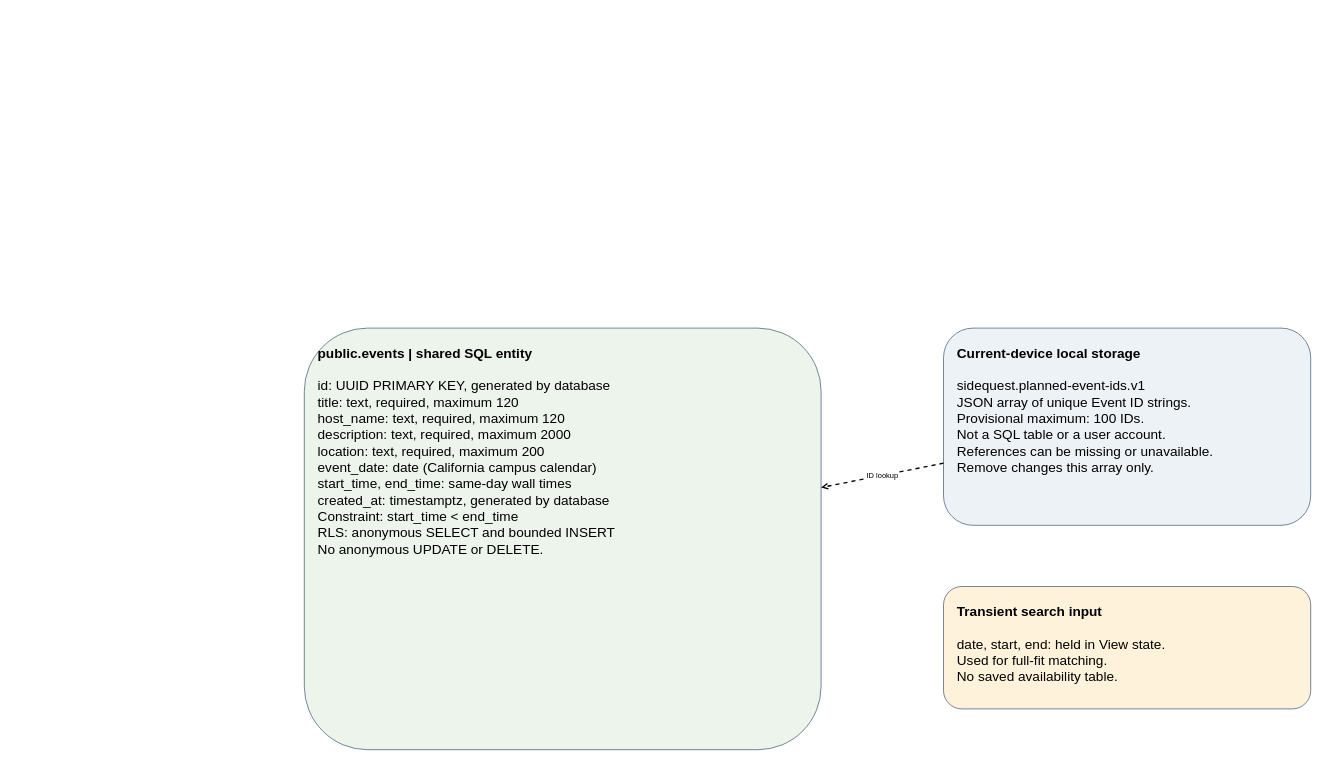
Earlier version of the draw.io diagram docs/diagrams/M2_STORAGE_ER.drawio (haiiroWednesday/SideQuest-CSCI187). Source tidied: cells renumbered, new cells numbered last; positions are measured from the earlier drawing's top-left corner, leaving out a move shared by most shapes. Both pictures are drawn from the tidied source at 68%, with x=0, y=0 at pixel (304, 328).
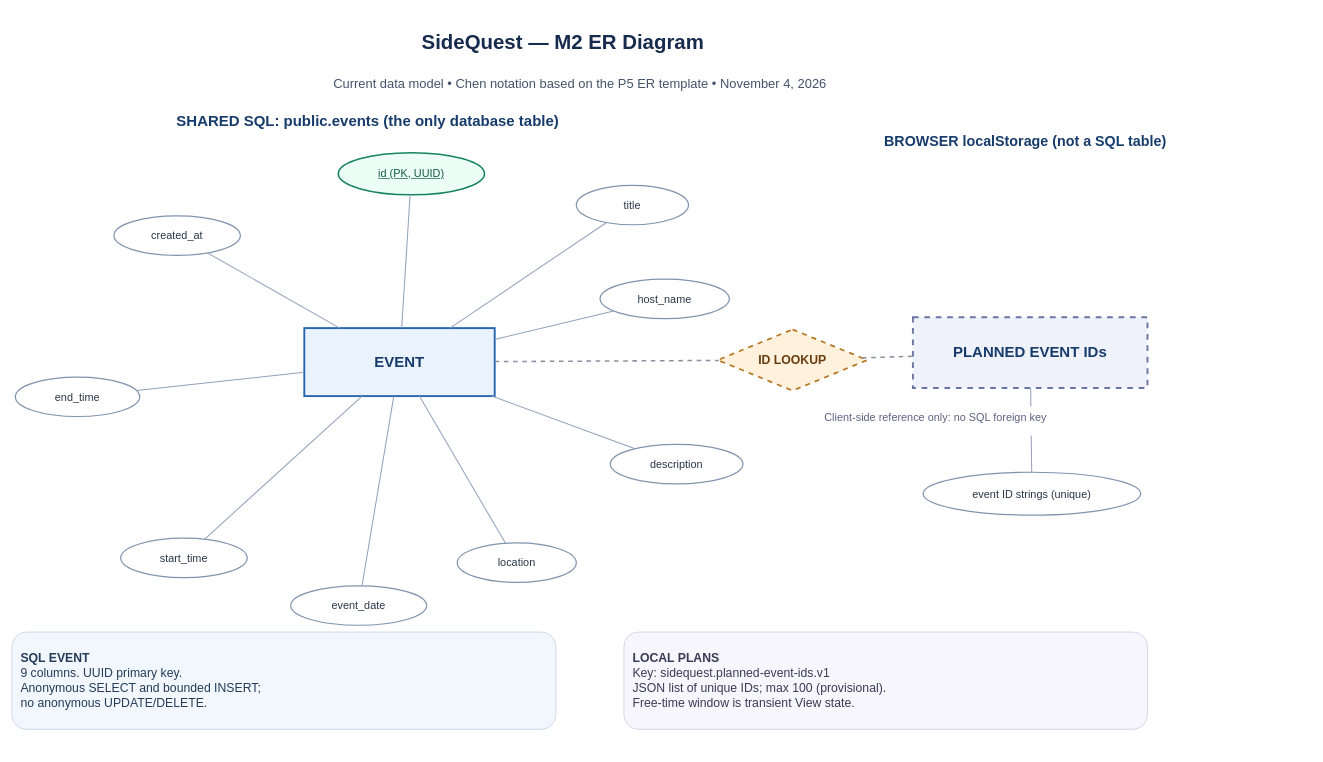
Above is the later version.

Commit message:
docs(m2): replace incorrect overview with professor-format CRC and ER source diagrams

Change to the diagram source:
```diff
@@
+    <mxCell id="6" value="SideQuest — M2 ER Diagram" style="text;html=1;strokeColor=none;fillColor=none;fontColor=#172B4D;fontSize=30;fontStyle=1;align=center;verticalAlign=middle;" parent="1" vertex="1">
+      <mxGeometry x="-210" y="-465" width="1180" height="88" as="geometry" />
+    </mxCell>
+    <mxCell id="7" value="Current data model • Chen notation based on the P5 ER template • November 4, 2026" style="text;html=1;strokeColor=none;fillColor=none;fontColor=#44536A;fontSize=19;align=center;verticalAlign=middle;" parent="1" vertex="1">
+      <mxGeometry x="-170" y="-379" width="1150" height="40" as="geometry" />
+    </mxCell>
+    <mxCell id="8" value="SHARED SQL: public.events (the only database table)" style="text;html=1;fillColor=none;strokeColor=none;fontColor=#173C6B;fontSize=22;fontStyle=1;align=center;" parent="1" vertex="1">
+      <mxGeometry x="-415" y="-323" width="1015" height="46" as="geometry" />
+    </mxCell>
-    <mxCell id="2" value="&lt;b&gt;public.events | shared SQL entity&lt;/b&gt;&lt;br&gt;&lt;br&gt;id: UUID PRIMARY KEY, generated by database&lt;br&gt;title: text, required, maximum 120&lt;br&gt;host_name: text, required, maximum 120&lt;br&gt;description: text, required, maximum 2000&lt;br&gt;location: text, required, maximum 200&lt;br&gt;event_date: date (California campus calendar)&lt;br&gt;start_time, end_time: same-day wall times&lt;br&gt;created_at: timestamptz, generated by database&lt;br&gt;Constraint: start_time &amp;lt; end_time&lt;br&gt;RLS: anonymous SELECT and bounded INSERT&lt;br&gt;No anonymous UPDATE or DELETE." style="rounded=1;whiteSpace=wrap;html=1;fillColor=#edf4ec;strokeColor=#38516c;fontSize=20;align=left;spacing=20;verticalAlign=top;" parent="1" vertex="1">
-      <mxGeometry width="760" height="620" as="geometry" />
+    <mxCell id="2" value="EVENT" style="rounded=0;whiteSpace=wrap;html=1;fillColor=#EAF2FD;strokeColor=#2665AF;strokeWidth=2.8;fontStyle=1;fontSize=22;fontColor=#173C6B;align=center;verticalAlign=middle;" parent="1" vertex="1">
+      <mxGeometry width="280" height="100" as="geometry" />
     </mxCell>
-    <mxCell id="3" value="&lt;b&gt;Current-device local storage&lt;/b&gt;&lt;br&gt;&lt;br&gt;sidequest.planned-event-ids.v1&lt;br&gt;JSON array of unique Event ID strings.&lt;br&gt;Provisional maximum: 100 IDs.&lt;br&gt;Not a SQL table or a user account.&lt;br&gt;References can be missing or unavailable.&lt;br&gt;Remove changes this array only." style="rounded=1;whiteSpace=wrap;html=1;fillColor=#edf2f7;strokeColor=#38516c;fontSize=20;align=left;spacing=20;verticalAlign=top;" parent="1" vertex="1">
-      <mxGeometry x="940" width="540" height="290" as="geometry" />
-    </mxCell>
-    <mxCell id="4" value="&lt;b&gt;Transient search input&lt;/b&gt;&lt;br&gt;&lt;br&gt;date, start, end: held in View state.&lt;br&gt;Used for full-fit matching.&lt;br&gt;No saved availability table." style="rounded=1;whiteSpace=wrap;html=1;fillColor=#fff2da;strokeColor=#38516c;fontSize=20;align=left;spacing=20;verticalAlign=top;" parent="1" vertex="1">
-      <mxGeometry x="940" y="380" width="540" height="180" as="geometry" />
-    </mxCell>
-    <mxCell id="5" value="ID lookup" style="endArrow=open;html=1;strokeWidth=2;dashed=1;" parent="1" edge="1" source="3" target="2">
-      <mxGeometry relative="1" as="geometry" />
-    </mxCell>
+    <mxCell id="9" value="id (PK, UUID)" style="ellipse;whiteSpace=wrap;html=1;fillColor=#ECFDF5;strokeColor=#168361;strokeWidth=2.3;fontStyle=4;fontSize=16;fontColor=#115B47;align=center;verticalAlign=middle;" parent="1" vertex="1">
+      <mxGeometry x="50" y="-258" width="215" height="62" as="geometry" />
+    </mxCell>
+    <mxCell id="10" style="endArrow=none;startArrow=none;rounded=0;edgeStyle=none;html=1;strokeWidth=1.5;strokeColor=#91A2BA;" parent="1" edge="1" source="2" target="9">
+      <mxGeometry relative="1" as="geometry" />
+    </mxCell>
+    <mxCell id="11" value="title" style="ellipse;whiteSpace=wrap;html=1;fillColor=#FFFFFF;strokeColor=#8094AE;strokeWidth=1.8;fontSize=16;fontColor=#283647;align=center;verticalAlign=middle;" parent="1" vertex="1">
+      <mxGeometry x="400" y="-210" width="165" height="58" as="geometry" />
+    </mxCell>
+    <mxCell id="12" style="endArrow=none;startArrow=none;rounded=0;edgeStyle=none;html=1;strokeWidth=1.5;strokeColor=#91A2BA;" parent="1" edge="1" source="2" target="11">
+      <mxGeometry relative="1" as="geometry" />
+    </mxCell>
+    <mxCell id="13" value="host_name" style="ellipse;whiteSpace=wrap;html=1;fillColor=#FFFFFF;strokeColor=#8094AE;strokeWidth=1.8;fontSize=16;fontColor=#283647;align=center;verticalAlign=middle;" parent="1" vertex="1">
+      <mxGeometry x="435" y="-72" width="190" height="58" as="geometry" />
+    </mxCell>
+    <mxCell id="14" style="endArrow=none;startArrow=none;rounded=0;edgeStyle=none;html=1;strokeWidth=1.5;strokeColor=#91A2BA;" parent="1" edge="1" source="2" target="13">
+      <mxGeometry relative="1" as="geometry" />
+    </mxCell>
+    <mxCell id="15" value="description" style="ellipse;whiteSpace=wrap;html=1;fillColor=#FFFFFF;strokeColor=#8094AE;strokeWidth=1.8;fontSize=16;fontColor=#283647;align=center;verticalAlign=middle;" parent="1" vertex="1">
+      <mxGeometry x="450" y="171" width="195" height="58" as="geometry" />
+    </mxCell>
+    <mxCell id="16" style="endArrow=none;startArrow=none;rounded=0;edgeStyle=none;html=1;strokeWidth=1.5;strokeColor=#91A2BA;" parent="1" edge="1" source="2" target="15">
+      <mxGeometry relative="1" as="geometry" />
+    </mxCell>
+    <mxCell id="17" value="location" style="ellipse;whiteSpace=wrap;html=1;fillColor=#FFFFFF;strokeColor=#8094AE;strokeWidth=1.8;fontSize=16;fontColor=#283647;align=center;verticalAlign=middle;" parent="1" vertex="1">
+      <mxGeometry x="225" y="316" width="175" height="58" as="geometry" />
+    </mxCell>
+    <mxCell id="18" style="endArrow=none;startArrow=none;rounded=0;edgeStyle=none;html=1;strokeWidth=1.5;strokeColor=#91A2BA;" parent="1" edge="1" source="2" target="17">
+      <mxGeometry relative="1" as="geometry" />
+    </mxCell>
+    <mxCell id="19" value="event_date" style="ellipse;whiteSpace=wrap;html=1;fillColor=#FFFFFF;strokeColor=#8094AE;strokeWidth=1.8;fontSize=16;fontColor=#283647;align=center;verticalAlign=middle;" parent="1" vertex="1">
+      <mxGeometry x="-20" y="379" width="200" height="58" as="geometry" />
+    </mxCell>
+    <mxCell id="20" style="endArrow=none;startArrow=none;rounded=0;edgeStyle=none;html=1;strokeWidth=1.5;strokeColor=#91A2BA;" parent="1" edge="1" source="2" target="19">
+      <mxGeometry relative="1" as="geometry" />
+    </mxCell>
+    <mxCell id="21" value="start_time" style="ellipse;whiteSpace=wrap;html=1;fillColor=#FFFFFF;strokeColor=#8094AE;strokeWidth=1.8;fontSize=16;fontColor=#283647;align=center;verticalAlign=middle;" parent="1" vertex="1">
+      <mxGeometry x="-270" y="309" width="186" height="58" as="geometry" />
+    </mxCell>
+    <mxCell id="22" style="endArrow=none;startArrow=none;rounded=0;edgeStyle=none;html=1;strokeWidth=1.5;strokeColor=#91A2BA;" parent="1" edge="1" source="2" target="21">
+      <mxGeometry relative="1" as="geometry" />
+    </mxCell>
+    <mxCell id="23" value="end_time" style="ellipse;whiteSpace=wrap;html=1;fillColor=#FFFFFF;strokeColor=#8094AE;strokeWidth=1.8;fontSize=16;fontColor=#283647;align=center;verticalAlign=middle;" parent="1" vertex="1">
+      <mxGeometry x="-425" y="72" width="183" height="58" as="geometry" />
+    </mxCell>
+    <mxCell id="24" style="endArrow=none;startArrow=none;rounded=0;edgeStyle=none;html=1;strokeWidth=1.5;strokeColor=#91A2BA;" parent="1" edge="1" source="2" target="23">
+      <mxGeometry relative="1" as="geometry" />
+    </mxCell>
+    <mxCell id="25" value="created_at" style="ellipse;whiteSpace=wrap;html=1;fillColor=#FFFFFF;strokeColor=#8094AE;strokeWidth=1.8;fontSize=16;fontColor=#283647;align=center;verticalAlign=middle;" parent="1" vertex="1">
+      <mxGeometry x="-280" y="-165" width="186" height="58" as="geometry" />
+    </mxCell>
+    <mxCell id="26" style="endArrow=none;startArrow=none;rounded=0;edgeStyle=none;html=1;strokeWidth=1.5;strokeColor=#91A2BA;" parent="1" edge="1" source="2" target="25">
+      <mxGeometry relative="1" as="geometry" />
+    </mxCell>
+    <mxCell id="27" value="BROWSER localStorage (not a SQL table)" style="text;html=1;fillColor=none;strokeColor=none;fontColor=#173C6B;fontSize=21;fontStyle=1;align=center;" parent="1" vertex="1">
+      <mxGeometry x="855" y="-295" width="410" height="52" as="geometry" />
+    </mxCell>
+    <mxCell id="28" value="PLANNED EVENT IDs" style="rounded=0;whiteSpace=wrap;html=1;fillColor=#F0F2FB;strokeColor=#6976A3;strokeWidth=2.8;fontStyle=1;fontSize=22;fontColor=#173C6B;align=center;verticalAlign=middle;dashed=1;" parent="1" vertex="1">
+      <mxGeometry x="895" y="-16" width="345" height="104" as="geometry" />
+    </mxCell>
+    <mxCell id="29" value="event ID strings (unique)" style="ellipse;whiteSpace=wrap;html=1;fillColor=#FFFFFF;strokeColor=#8094AE;strokeWidth=1.8;fontSize=16;fontColor=#283647;align=center;verticalAlign=middle;" parent="1" vertex="1">
+      <mxGeometry x="910" y="212" width="320" height="63" as="geometry" />
+    </mxCell>
+    <mxCell id="30" style="endArrow=none;startArrow=none;rounded=0;edgeStyle=none;html=1;strokeWidth=1.5;strokeColor=#9A9EBC;" parent="1" edge="1" source="28" target="29">
+      <mxGeometry relative="1" as="geometry" />
+    </mxCell>
+    <mxCell id="31" value="ID LOOKUP" style="rhombus;whiteSpace=wrap;html=1;fillColor=#FFF1DB;strokeColor=#B67621;strokeWidth=2.5;fontStyle=1;fontSize=18;fontColor=#683D11;align=center;verticalAlign=middle;dashed=1;" parent="1" vertex="1">
+      <mxGeometry x="608" y="2" width="220" height="90" as="geometry" />
+    </mxCell>
+    <mxCell id="32" style="endArrow=none;startArrow=none;rounded=0;edgeStyle=none;html=1;strokeWidth=2.25;strokeColor=#8B91A3;dashed=1;" parent="1" edge="1" source="2" target="31">
+      <mxGeometry relative="1" as="geometry" />
+    </mxCell>
+    <mxCell id="33" style="endArrow=none;startArrow=none;rounded=0;edgeStyle=none;html=1;strokeWidth=2.25;strokeColor=#8B91A3;dashed=1;" parent="1" edge="1" source="31" target="28">
+      <mxGeometry relative="1" as="geometry" />
+    </mxCell>
+    <mxCell id="34" value="Client-side reference only: no SQL foreign key" style="text;html=1;fillColor=#FFFFFF;strokeColor=none;fontColor=#5C6180;fontSize=16;align=center;" parent="1" vertex="1">
+      <mxGeometry x="605" y="115" width="645" height="43" as="geometry" />
+    </mxCell>
+    <mxCell id="35" value="&lt;b&gt;SQL EVENT&lt;/b&gt;&lt;br&gt;9 columns. UUID primary key.&lt;br&gt;Anonymous SELECT and bounded INSERT;&lt;br&gt;no anonymous UPDATE/DELETE." style="rounded=1;whiteSpace=wrap;html=1;fillColor=#F1F7FD;strokeColor=#B9CCE3;fontColor=#243C58;fontSize=18;spacing=13;align=left;verticalAlign=middle;" parent="1" vertex="1">
+      <mxGeometry x="-430" y="447" width="800" height="143" as="geometry" />
+    </mxCell>
+    <mxCell id="36" value="&lt;b&gt;LOCAL PLANS&lt;/b&gt;&lt;br&gt;Key: sidequest.planned-event-ids.v1&lt;br&gt;JSON list of unique IDs; max 100 (provisional).&lt;br&gt;Free-time window is transient View state." style="rounded=1;whiteSpace=wrap;html=1;fillColor=#F7F6FC;strokeColor=#C6C6DD;fontColor=#393B54;fontSize=18;spacing=13;align=left;verticalAlign=middle;" parent="1" vertex="1">
+      <mxGeometry x="470" y="447" width="770" height="143" as="geometry" />
+    </mxCell>
```
